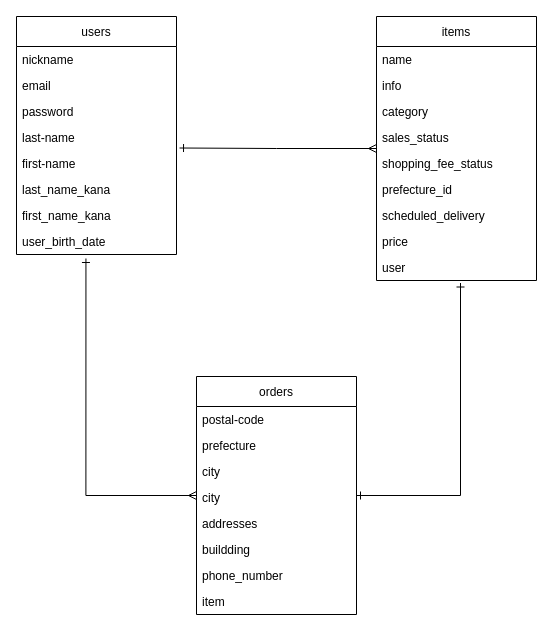
mikuma1/furima-31094 keeps this draw.io diagram as furima.dio. Above is the earlier version. Source tidied: cells renumbered, new cells numbered last; positions are measured from the earlier drawing's top-left corner, leaving out a move shared by most shapes. Both pictures are drawn from the tidied source at 100%, with x=0, y=0 at pixel (16, 16).
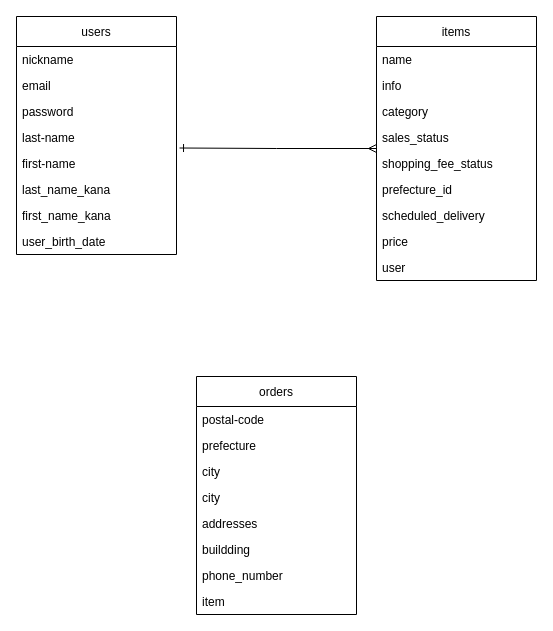
After the change.

Commit message (it also covers changes not shown here):
ordersテーブルのアソシエーション削除

The change refers to these unchanged cells:
```xml
<mxCell id="12" value="user" style="text;strokeColor=none;fillColor=none;align=left;verticalAlign=top;spacingLeft=4;spacingRight=4;overflow=hidden;points=[[0,0.5],[1,0.5]];portConstraint=eastwest;" parent="3" vertex="1">
  <mxGeometry y="238" width="160" height="26" as="geometry" />
</mxCell>
<mxCell id="21" value="user_birth_date" style="text;strokeColor=none;fillColor=none;align=left;verticalAlign=top;spacingLeft=4;spacingRight=4;overflow=hidden;points=[[0,0.5],[1,0.5]];portConstraint=eastwest;" parent="13" vertex="1">
  <mxGeometry y="212" width="160" height="26" as="geometry" />
</mxCell>
<mxCell id="24" value="orders" style="swimlane;fontStyle=0;horizontal=1;startSize=30;fillColor=none;" parent="1" vertex="1">
  <mxGeometry x="180" y="360" width="160" height="238" as="geometry" />
</mxCell>
```

What changed in the source:
```diff
@@
-    <mxCell id="22" style="edgeStyle=orthogonalEdgeStyle;rounded=0;jettySize=auto;html=1;startArrow=ERmany;startFill=0;endArrow=ERone;endFill=0;entryX=0.434;entryY=1.154;entryDx=0;entryDy=0;entryPerimeter=0;" parent="1" edge="1" source="24" target="21">
-      <mxGeometry relative="1" as="geometry">
-        <Array as="points">
-          <mxPoint x="69" y="479" />
-        </Array>
-      </mxGeometry>
-    </mxCell>
-    <mxCell id="23" style="edgeStyle=orthogonalEdgeStyle;rounded=0;jettySize=auto;html=1;entryX=0.525;entryY=1.096;entryDx=0;entryDy=0;entryPerimeter=0;startArrow=ERone;startFill=0;endArrow=ERone;endFill=0;" parent="1" edge="1" source="24" target="12">
-      <mxGeometry relative="1" as="geometry">
-        <Array as="points">
-          <mxPoint x="444" y="479" />
-        </Array>
-      </mxGeometry>
-    </mxCell>
```
